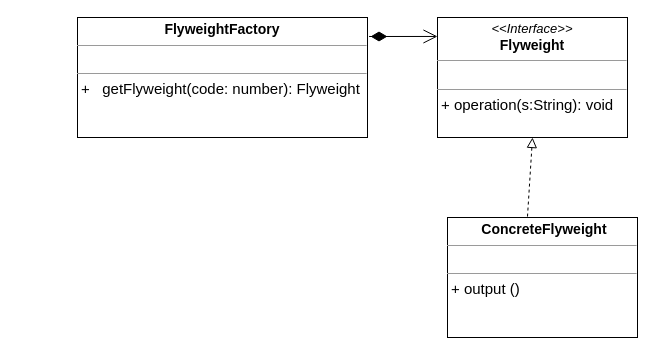
MaksShadows/Patterns keeps this draw.io diagram as structural/flyweight/flyweight.drawio. Above is the earlier version. Source tidied: cells renumbered, new cells numbered last; positions are measured from the earlier drawing's top-left corner, leaving out a move shared by most shapes. Both pictures are drawn from the tidied source at 100%, with x=0, y=0 at pixel (77, 17).
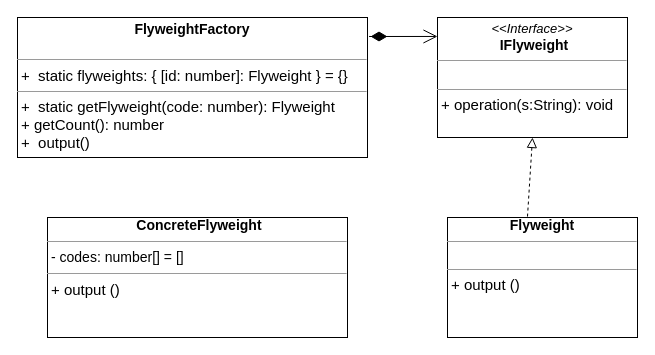
After the change.

What changed in the source:
```diff
@@
 <mxGraphModel>
   <root>
     <mxCell id="0" />
     <mxCell id="1" parent="0" />
     <mxCell id="2" style="endArrow=open;html=1;endSize=12;startArrow=diamondThin;startSize=14;startFill=1;edgeStyle=orthogonalEdgeStyle;align=left;verticalAlign=bottom;entryX=0;entryY=0.158;entryDx=0;entryDy=0;entryPerimeter=0;" parent="1" edge="1" target="3">
       <mxGeometry x="-0.75" y="40" relative="1" as="geometry">
         <mxPoint x="310" y="19" as="sourcePoint" />
         <Array as="points">
           <mxPoint x="290" y="19" />
           <mxPoint x="290" y="19" />
         </Array>
       </mxGeometry>
     </mxCell>
-    <mxCell id="3" value="&lt;p style=&quot;margin: 4px 0px 0px ; text-align: center&quot;&gt;&lt;i style=&quot;font-size: 13px&quot;&gt;&amp;lt;&amp;lt;Interface&amp;gt;&amp;gt;&lt;/i&gt;&lt;br&gt;&lt;span style=&quot;font-size: 14px&quot;&gt;&lt;b&gt;Flyweight&lt;/b&gt;&lt;/span&gt;&lt;/p&gt;&lt;hr size=&quot;1&quot; style=&quot;font-size: 14px&quot;&gt;&lt;p style=&quot;margin: 0px ; margin-left: 4px&quot;&gt;&lt;br&gt;&lt;/p&gt;&lt;hr size=&quot;1&quot;&gt;&lt;p style=&quot;margin: 0px 0px 0px 4px&quot;&gt;&lt;font style=&quot;font-size: 15px&quot;&gt;+ operation(s:String): void&lt;/font&gt;&lt;br&gt;&lt;/p&gt;" style="verticalAlign=top;align=left;overflow=fill;fontSize=12;fontFamily=Helvetica;html=1;" parent="1" vertex="1">
+    <mxCell id="3" value="&lt;p style=&quot;margin: 4px 0px 0px ; text-align: center&quot;&gt;&lt;i style=&quot;font-size: 13px&quot;&gt;&amp;lt;&amp;lt;Interface&amp;gt;&amp;gt;&lt;/i&gt;&lt;br&gt;&lt;span style=&quot;font-size: 14px&quot;&gt;&lt;b&gt;&amp;nbsp;IFlyweight&lt;/b&gt;&lt;/span&gt;&lt;br&gt;&lt;/p&gt;&lt;hr size=&quot;1&quot; style=&quot;font-size: 14px&quot;&gt;&lt;p style=&quot;margin: 0px ; margin-left: 4px&quot;&gt;&lt;br&gt;&lt;/p&gt;&lt;hr size=&quot;1&quot;&gt;&lt;p style=&quot;margin: 0px 0px 0px 4px&quot;&gt;&lt;font style=&quot;font-size: 15px&quot;&gt;+ operation(s:String): void&lt;/font&gt;&lt;br&gt;&lt;/p&gt;" style="verticalAlign=top;align=left;overflow=fill;fontSize=12;fontFamily=Helvetica;html=1;" parent="1" vertex="1">
       <mxGeometry x="360" width="190" height="120" as="geometry" />
     </mxCell>
-    <mxCell id="4" value="&lt;p style=&quot;margin: 4px 0px 0px ; text-align: center&quot;&gt;&lt;b style=&quot;font-size: 14px&quot;&gt;FlyweightFactory&lt;/b&gt;&lt;/p&gt;&lt;hr size=&quot;1&quot; style=&quot;font-size: 14px&quot;&gt;&lt;p style=&quot;margin: 0px ; margin-left: 4px&quot;&gt;&lt;br&gt;&lt;/p&gt;&lt;hr size=&quot;1&quot;&gt;&lt;p style=&quot;margin: 0px 0px 0px 4px&quot;&gt;&lt;font style=&quot;font-size: 15px&quot;&gt;+&amp;nbsp;&amp;nbsp;&amp;nbsp;getFlyweight(code: number): Flyweight&lt;/font&gt;&lt;br&gt;&lt;/p&gt;" style="verticalAlign=top;align=left;overflow=fill;fontSize=12;fontFamily=Helvetica;html=1;" parent="1" vertex="1">
-      <mxGeometry width="290" height="120" as="geometry" />
+    <mxCell id="4" value="&lt;p style=&quot;margin: 4px 0px 0px ; text-align: center&quot;&gt;&lt;b style=&quot;font-size: 14px&quot;&gt;FlyweightFactory&lt;/b&gt;&lt;/p&gt;&lt;br&gt;&lt;hr size=&quot;1&quot; style=&quot;font-size: 14px&quot;&gt;&lt;p style=&quot;margin: 0px ; margin-left: 4px&quot;&gt;&lt;span style=&quot;font-size: 15px&quot;&gt;+&amp;nbsp;&amp;nbsp;static flyweights: { [id: number]: Flyweight } = {}&lt;/span&gt;&lt;br&gt;&lt;/p&gt;&lt;hr size=&quot;1&quot;&gt;&lt;p style=&quot;margin: 0px 0px 0px 4px&quot;&gt;&lt;font style=&quot;font-size: 15px&quot;&gt;+&amp;nbsp; static getFlyweight(code: number): Flyweight&amp;nbsp;&lt;/font&gt;&lt;br&gt;&lt;/p&gt;&lt;p style=&quot;margin: 0px 0px 0px 4px&quot;&gt;&lt;font style=&quot;font-size: 15px&quot;&gt;+&amp;nbsp;getCount(): number&lt;/font&gt;&lt;/p&gt;&lt;p style=&quot;margin: 0px 0px 0px 4px&quot;&gt;&lt;font style=&quot;font-size: 15px&quot;&gt;+&amp;nbsp;&amp;nbsp;output()&lt;/font&gt;&lt;/p&gt;&lt;p style=&quot;margin: 0px 0px 0px 4px&quot;&gt;&lt;font style=&quot;font-size: 15px&quot;&gt;&lt;br&gt;&lt;/font&gt;&lt;/p&gt;" style="verticalAlign=top;align=left;overflow=fill;fontSize=12;fontFamily=Helvetica;html=1;" parent="1" vertex="1">
+      <mxGeometry x="-60" width="350" height="140" as="geometry" />
     </mxCell>
-    <mxCell id="5" value="&lt;p style=&quot;margin: 4px 0px 0px ; text-align: center&quot;&gt;&lt;span style=&quot;font-size: 14px&quot;&gt;&lt;b&gt;&amp;nbsp;ConcreteFlyweight&lt;/b&gt;&lt;/span&gt;&lt;br&gt;&lt;/p&gt;&lt;hr size=&quot;1&quot; style=&quot;font-size: 14px&quot;&gt;&lt;p style=&quot;margin: 0px ; margin-left: 4px&quot;&gt;&lt;br&gt;&lt;/p&gt;&lt;hr size=&quot;1&quot;&gt;&lt;p style=&quot;margin: 0px 0px 0px 4px&quot;&gt;&lt;font style=&quot;font-size: 15px&quot;&gt;+ output ()&lt;/font&gt;&lt;br&gt;&lt;/p&gt;" style="verticalAlign=top;align=left;overflow=fill;fontSize=12;fontFamily=Helvetica;html=1;" parent="1" vertex="1">
+    <mxCell id="5" value="&lt;div style=&quot;text-align: center&quot;&gt;&lt;span style=&quot;font-size: 14px&quot;&gt;&lt;b&gt;&amp;nbsp;Flyweight&lt;/b&gt;&lt;/span&gt;&lt;b style=&quot;font-size: 14px&quot;&gt;&amp;nbsp;&lt;/b&gt;&lt;/div&gt;&lt;hr size=&quot;1&quot; style=&quot;font-size: 14px&quot;&gt;&lt;p style=&quot;margin: 0px ; margin-left: 4px&quot;&gt;&lt;br&gt;&lt;/p&gt;&lt;hr size=&quot;1&quot;&gt;&lt;p style=&quot;margin: 0px 0px 0px 4px&quot;&gt;&lt;font style=&quot;font-size: 15px&quot;&gt;+ output ()&lt;/font&gt;&lt;br&gt;&lt;/p&gt;" style="verticalAlign=top;align=left;overflow=fill;fontSize=12;fontFamily=Helvetica;html=1;" parent="1" vertex="1">
       <mxGeometry x="370" y="200" width="190" height="120" as="geometry" />
     </mxCell>
     <mxCell id="6" style="endArrow=block;startArrow=none;endFill=0;startFill=0;endSize=8;html=1;verticalAlign=bottom;dashed=1;labelBackgroundColor=none;exitX=0.421;exitY=-0.008;exitDx=0;exitDy=0;exitPerimeter=0;entryX=0.5;entryY=1;entryDx=0;entryDy=0;" parent="1" edge="1" source="5" target="3">
       <mxGeometry relative="1" as="geometry" />
     </mxCell>
+    <mxCell id="7" value="&lt;div style=&quot;text-align: center&quot;&gt;&lt;b style=&quot;font-size: 14px&quot;&gt;&amp;nbsp;ConcreteFlyweight&lt;/b&gt;&lt;br&gt;&lt;/div&gt;&lt;hr size=&quot;1&quot; style=&quot;font-size: 14px&quot;&gt;&lt;p style=&quot;margin: 0px 0px 0px 4px ; font-size: 14px&quot;&gt;&lt;font style=&quot;font-size: 14px&quot;&gt;- codes: number[] = []&lt;/font&gt;&lt;/p&gt;&lt;hr size=&quot;1&quot; style=&quot;font-size: 14px&quot;&gt;&lt;p style=&quot;margin: 0px 0px 0px 4px&quot;&gt;&lt;font style=&quot;font-size: 15px&quot;&gt;+ output ()&lt;/font&gt;&lt;br&gt;&lt;/p&gt;" style="verticalAlign=top;align=left;overflow=fill;fontSize=12;fontFamily=Helvetica;html=1;" parent="1" vertex="1">
+      <mxGeometry x="-30" y="200" width="300" height="120" as="geometry" />
+    </mxCell>
   </root>
 </mxGraphModel>
```
